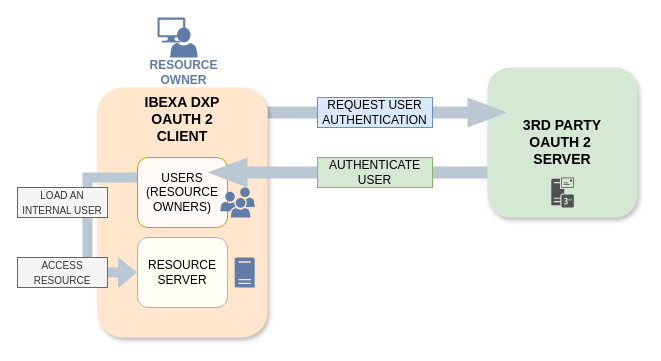
ibexa/documentation-developer keeps this draw.io diagram as docs/users/diagram_source/oauth2-client.drawio. Above is the earlier version. Source tidied: cells renumbered, new cells numbered last; positions are measured from the earlier drawing's top-left corner, leaving out a move shared by most shapes. Both pictures are drawn from the tidied source at 100%, with x=0, y=0 at pixel (17, 17).
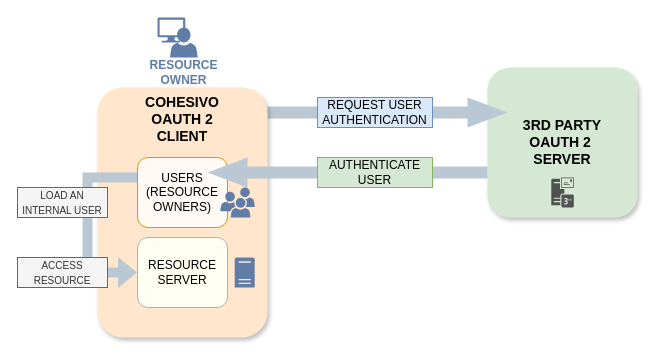
The same page after the edit.

Commit message (it also covers changes not shown here):
Update diagrams with Cohesivo

Diff of the diagram source:
```diff
@@
-    <mxCell id="6" value="IBEXA DXP&lt;br style=&quot;border-color: var(--border-color);&quot;&gt;OAUTH 2&lt;br style=&quot;border-color: var(--border-color);&quot;&gt;CLIENT" style="rounded=1;whiteSpace=wrap;html=1;fontStyle=1;fontSize=14;fillColor=#ffe6cc;strokeColor=none;shadow=1;glass=0;verticalAlign=top;" parent="1" vertex="1">
+    <mxCell id="6" value="COHESIVO&lt;br style=&quot;border-color: var(--border-color);&quot;&gt;OAUTH 2&lt;br style=&quot;border-color: var(--border-color);&quot;&gt;CLIENT" style="rounded=1;whiteSpace=wrap;html=1;fontStyle=1;fontSize=14;fillColor=#ffe6cc;strokeColor=none;shadow=1;glass=0;verticalAlign=top;" parent="1" vertex="1">
       <mxGeometry x="80" y="70" width="170" height="250" as="geometry" />
     </mxCell>
```
